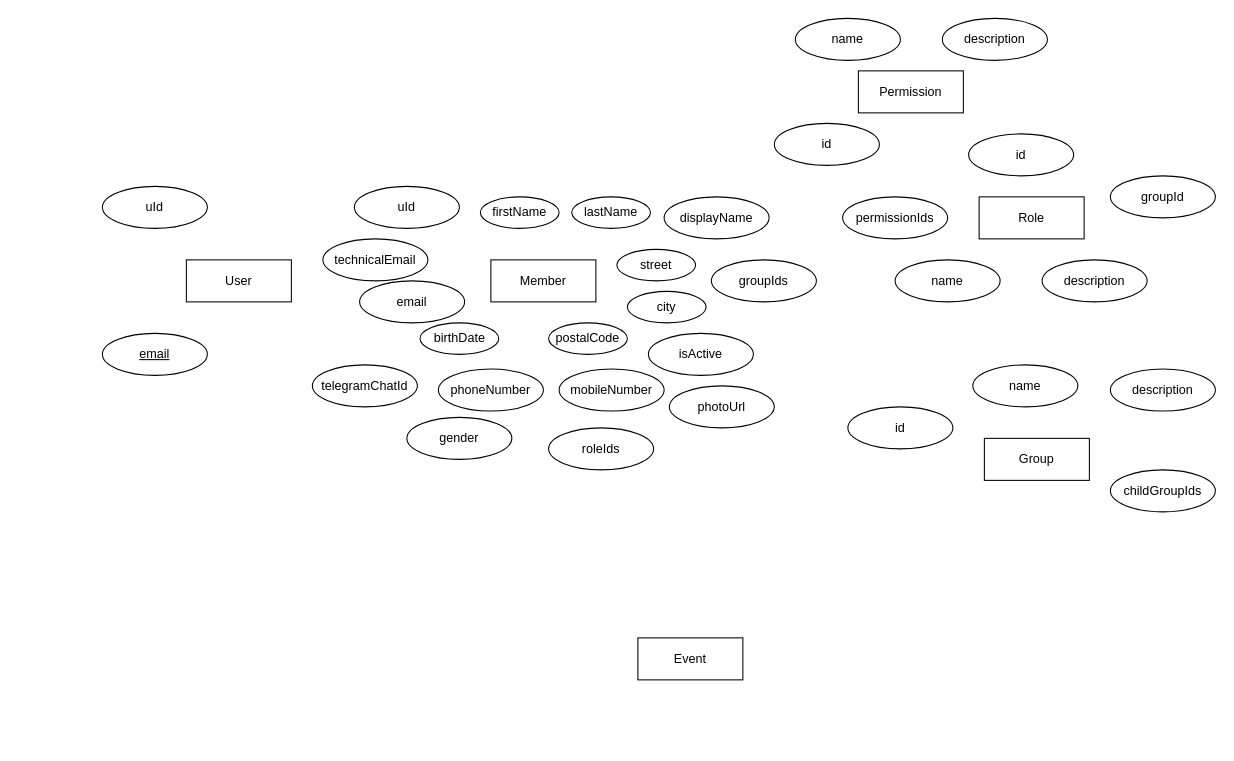
The draw.io diagram page "Page-1" (1 of 2) of diagrams/TeamManager.drawio in WApp-Solutions/team-manager, before the edit. Source tidied: cells renumbered, new cells numbered last; positions are measured from the earlier drawing's top-left corner, leaving out a move shared by most shapes. Both pictures are drawn from the tidied source at 105%, with x=0, y=0 at pixel (102, 18).
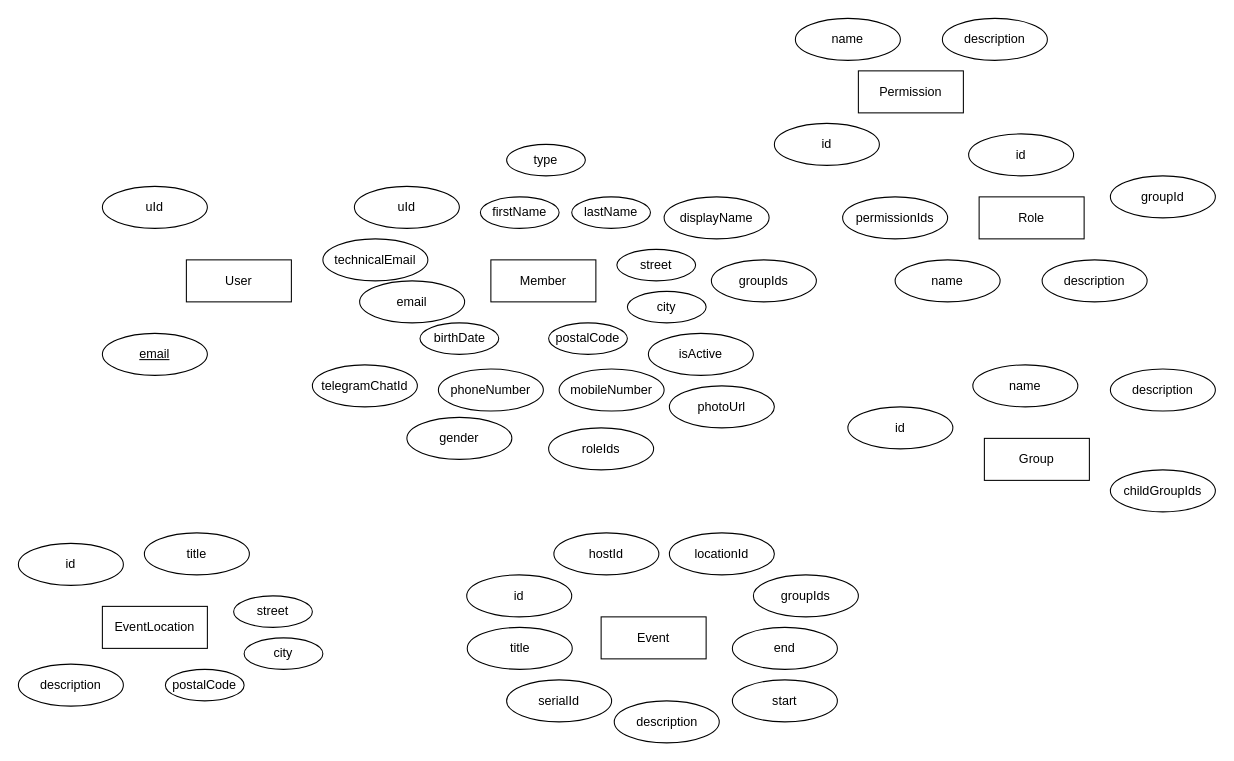
The same page after the edit.

Change to the diagram source:
```diff
@@
     <mxCell id="40" value="Event" style="whiteSpace=wrap;html=1;align=center;" parent="1" vertex="1">
-      <mxGeometry x="510" y="590" width="100" height="40" as="geometry" />
+      <mxGeometry x="475" y="570" width="100" height="40" as="geometry" />
     </mxCell>
+    <mxCell id="41" value="id&lt;br&gt;" style="ellipse;whiteSpace=wrap;html=1;align=center;" parent="1" vertex="1">
+      <mxGeometry x="347" y="530" width="100" height="40" as="geometry" />
+    </mxCell>
+    <mxCell id="42" value="title" style="ellipse;whiteSpace=wrap;html=1;align=center;" parent="1" vertex="1">
+      <mxGeometry x="347.5" y="580" width="100" height="40" as="geometry" />
+    </mxCell>
+    <mxCell id="43" value="description" style="ellipse;whiteSpace=wrap;html=1;align=center;" parent="1" vertex="1">
+      <mxGeometry x="487.5" y="650" width="100" height="40" as="geometry" />
+    </mxCell>
+    <mxCell id="44" value="start" style="ellipse;whiteSpace=wrap;html=1;align=center;" parent="1" vertex="1">
+      <mxGeometry x="600" y="630" width="100" height="40" as="geometry" />
+    </mxCell>
+    <mxCell id="45" value="end" style="ellipse;whiteSpace=wrap;html=1;align=center;" parent="1" vertex="1">
+      <mxGeometry x="600" y="580" width="100" height="40" as="geometry" />
+    </mxCell>
+    <mxCell id="46" value="groupIds" style="ellipse;whiteSpace=wrap;html=1;align=center;" parent="1" vertex="1">
+      <mxGeometry x="620" y="530" width="100" height="40" as="geometry" />
+    </mxCell>
+    <mxCell id="47" value="hostId" style="ellipse;whiteSpace=wrap;html=1;align=center;" parent="1" vertex="1">
+      <mxGeometry x="430" y="490" width="100" height="40" as="geometry" />
+    </mxCell>
+    <mxCell id="48" value="serialId" style="ellipse;whiteSpace=wrap;html=1;align=center;" parent="1" vertex="1">
+      <mxGeometry x="385" y="630" width="100" height="40" as="geometry" />
+    </mxCell>
+    <mxCell id="49" value="EventLocation" style="whiteSpace=wrap;html=1;align=center;" parent="1" vertex="1">
+      <mxGeometry y="560" width="100" height="40" as="geometry" />
+    </mxCell>
+    <mxCell id="50" value="locationId" style="ellipse;whiteSpace=wrap;html=1;align=center;" parent="1" vertex="1">
+      <mxGeometry x="540" y="490" width="100" height="40" as="geometry" />
+    </mxCell>
+    <mxCell id="51" value="id&lt;br&gt;" style="ellipse;whiteSpace=wrap;html=1;align=center;" parent="1" vertex="1">
+      <mxGeometry x="-80" y="500" width="100" height="40" as="geometry" />
+    </mxCell>
+    <mxCell id="52" value="title" style="ellipse;whiteSpace=wrap;html=1;align=center;" parent="1" vertex="1">
+      <mxGeometry x="40" y="490" width="100" height="40" as="geometry" />
+    </mxCell>
+    <mxCell id="53" value="street" style="ellipse;whiteSpace=wrap;html=1;align=center;" parent="1" vertex="1">
+      <mxGeometry x="125" y="550" width="75" height="30" as="geometry" />
+    </mxCell>
+    <mxCell id="54" value="city" style="ellipse;whiteSpace=wrap;html=1;align=center;" parent="1" vertex="1">
+      <mxGeometry x="135" y="590" width="75" height="30" as="geometry" />
+    </mxCell>
+    <mxCell id="55" value="postalCode" style="ellipse;whiteSpace=wrap;html=1;align=center;" parent="1" vertex="1">
+      <mxGeometry x="60" y="620" width="75" height="30" as="geometry" />
+    </mxCell>
+    <mxCell id="56" value="description" style="ellipse;whiteSpace=wrap;html=1;align=center;" parent="1" vertex="1">
+      <mxGeometry x="-80" y="615" width="100" height="40" as="geometry" />
+    </mxCell>
+    <mxCell id="57" value="type" style="ellipse;whiteSpace=wrap;html=1;align=center;" parent="1" vertex="1">
+      <mxGeometry x="385" y="120" width="75" height="30" as="geometry" />
+    </mxCell>
```
